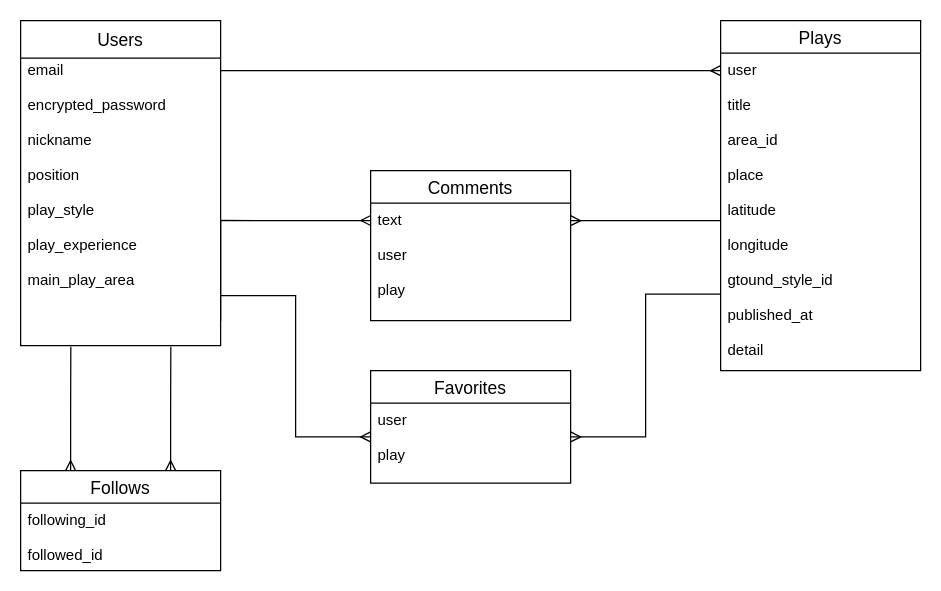
This is さかともER.dio from ackey-getup/sakatomo, a draw.io file, before an edit. Source tidied: cells renumbered, new cells numbered last; positions are measured from the earlier drawing's top-left corner, leaving out a move shared by most shapes. Both pictures are drawn from the tidied source at 125%, with x=0, y=0 at pixel (20, 20).
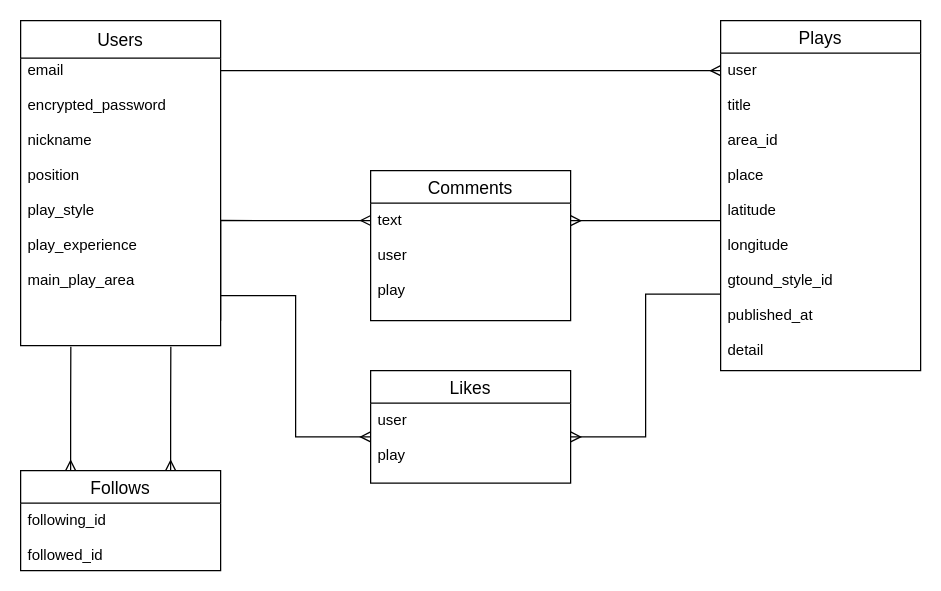
Above is the later version.

Diff of the diagram source:
```diff
@@
-    <mxCell id="14" value="Favorites" style="swimlane;fontStyle=0;horizontal=1;startSize=26;align=center;fontSize=14;" parent="1" vertex="1">
+    <mxCell id="14" value="Likes" style="swimlane;fontStyle=0;horizontal=1;startSize=26;align=center;fontSize=14;" parent="1" vertex="1">
       <mxGeometry x="280" y="280" width="160" height="90" as="geometry" />
     </mxCell>
```
